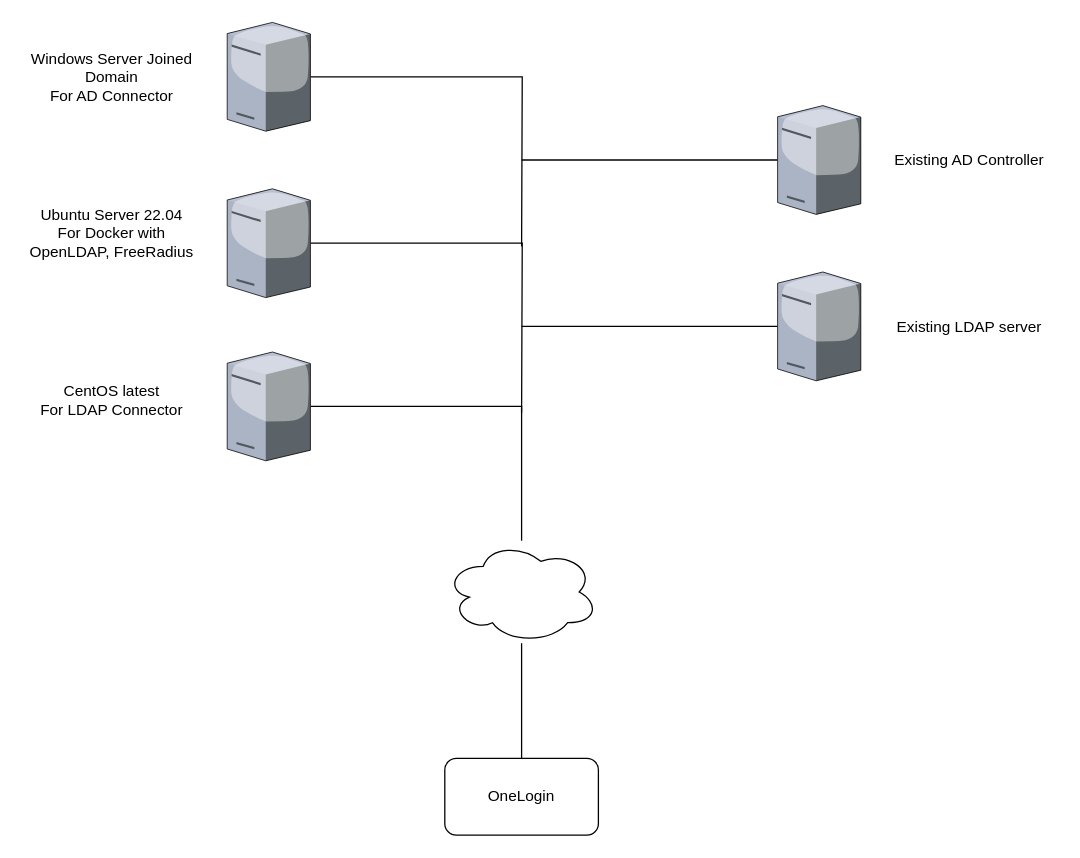
Before: cu_poc.drawio in awtbet/mock, a draw.io diagram. Source tidied: cells renumbered, new cells numbered last; positions are measured from the earlier drawing's top-left corner, leaving out a move shared by most shapes. Both pictures are drawn from the tidied source at 128%, with x=0, y=0 at pixel (22, 22).
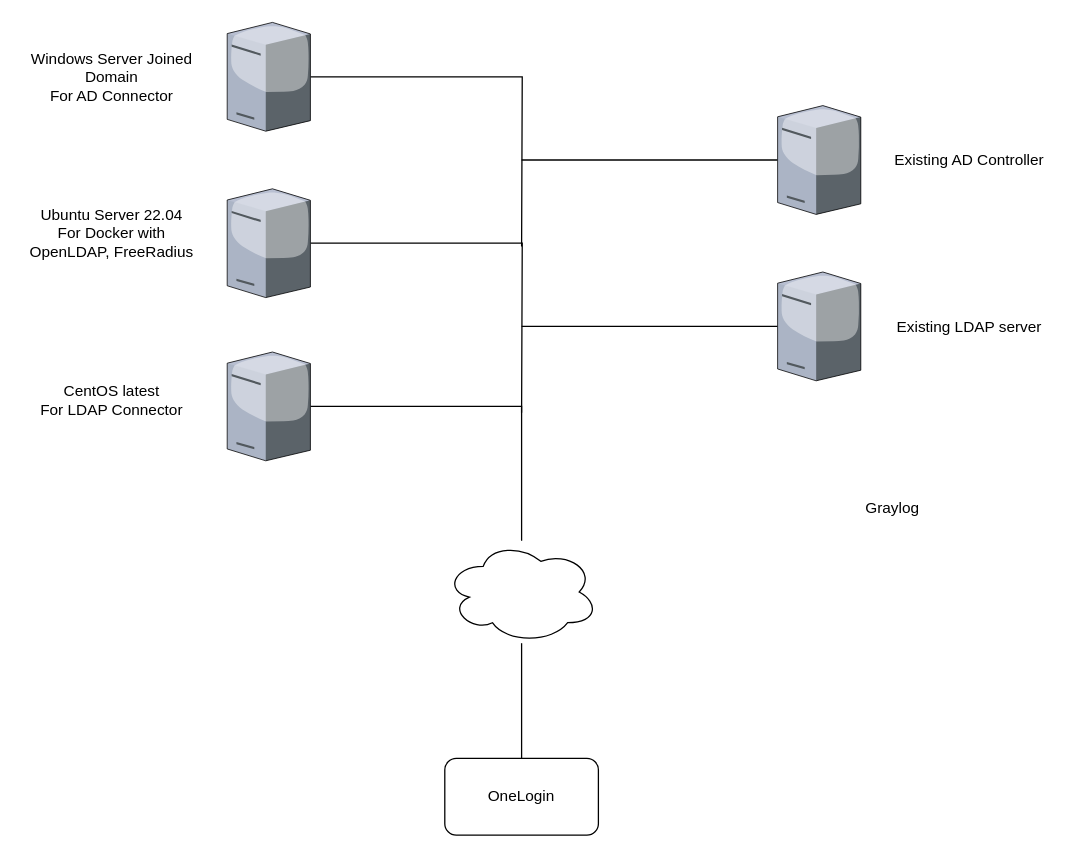
The same diagram, later.

The edit, as a diff of the source:
```diff
@@
+    <mxCell id="20" value="Graylog" style="text;html=1;strokeColor=none;fillColor=none;align=center;verticalAlign=middle;whiteSpace=wrap;rounded=0;" parent="1" vertex="1">
+      <mxGeometry x="610" y="365" width="140" height="30" as="geometry" />
+    </mxCell>
```
